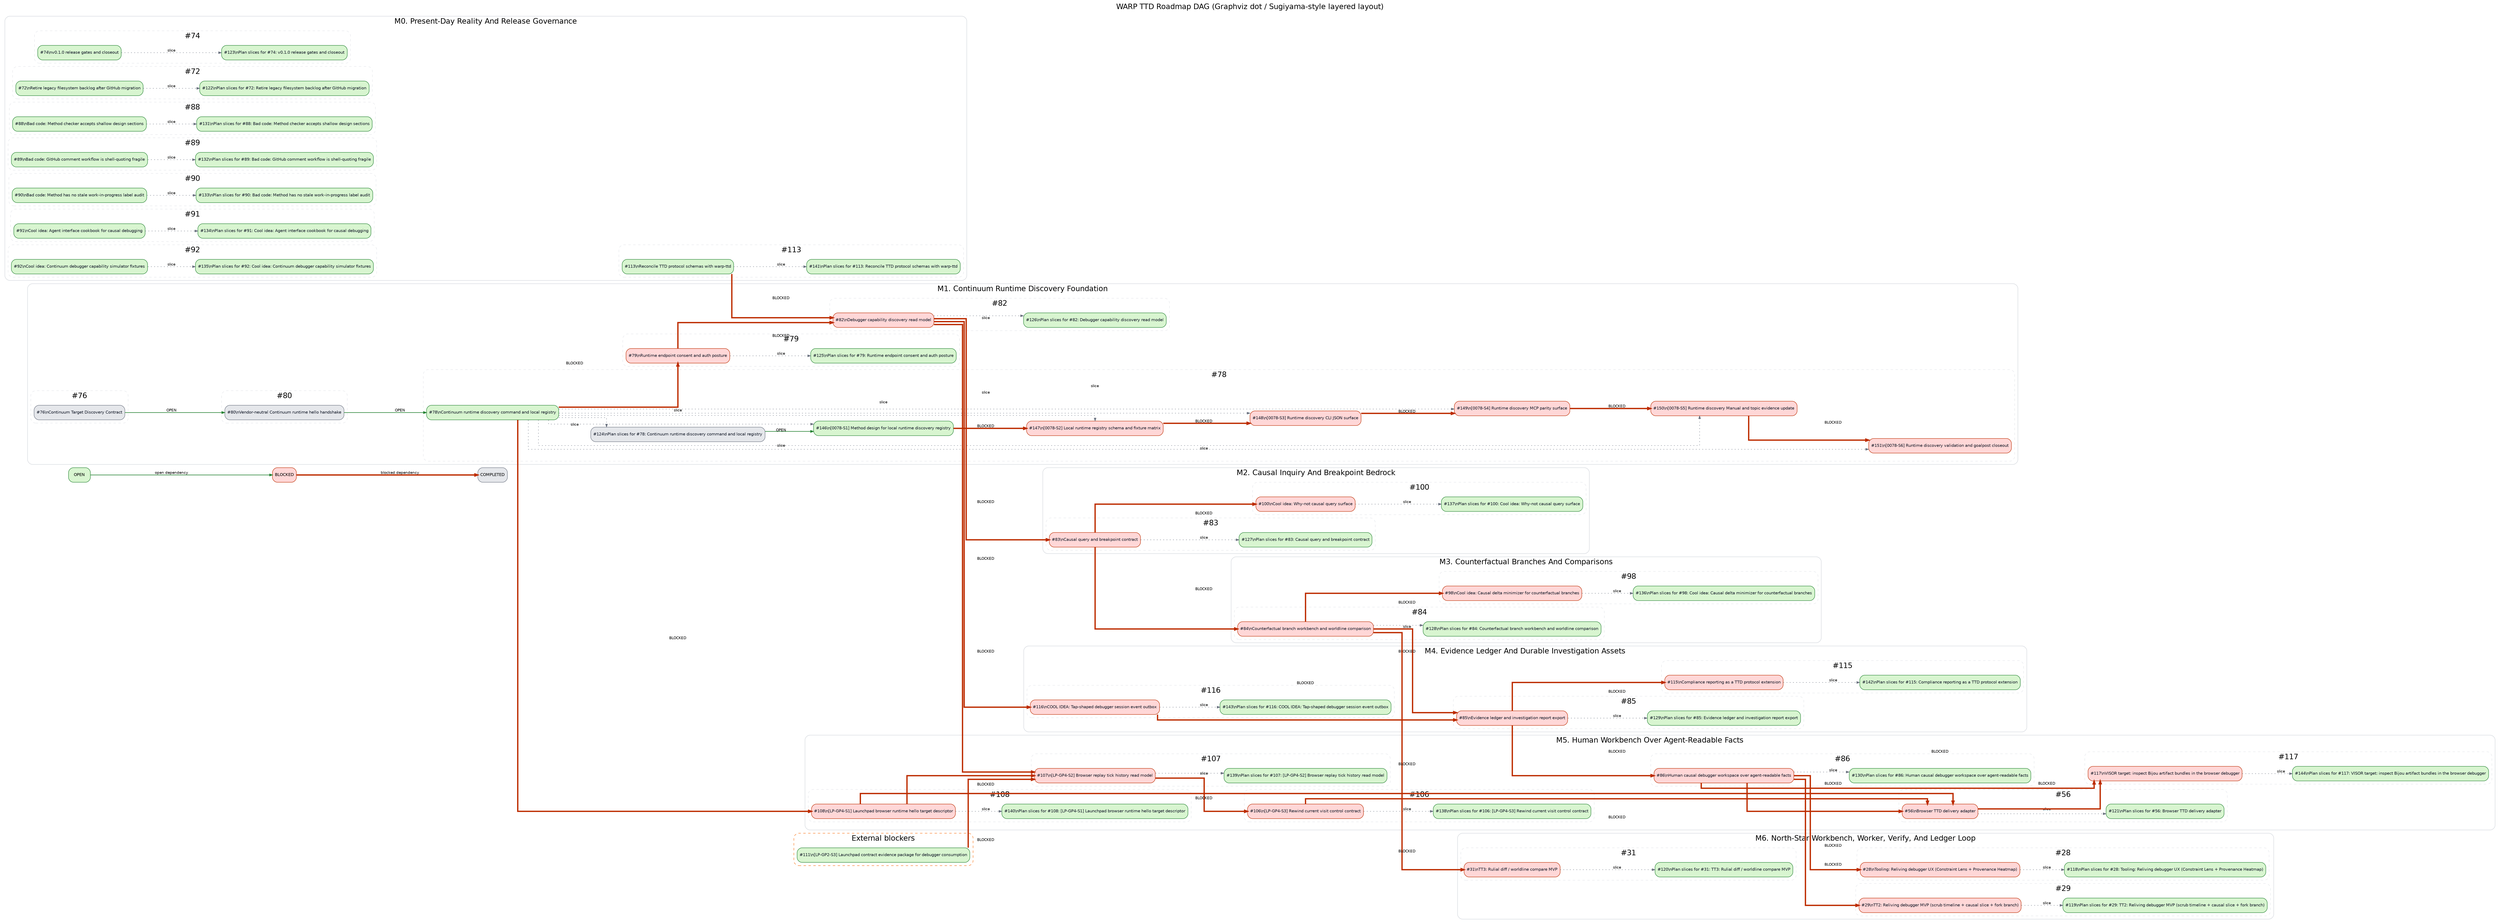
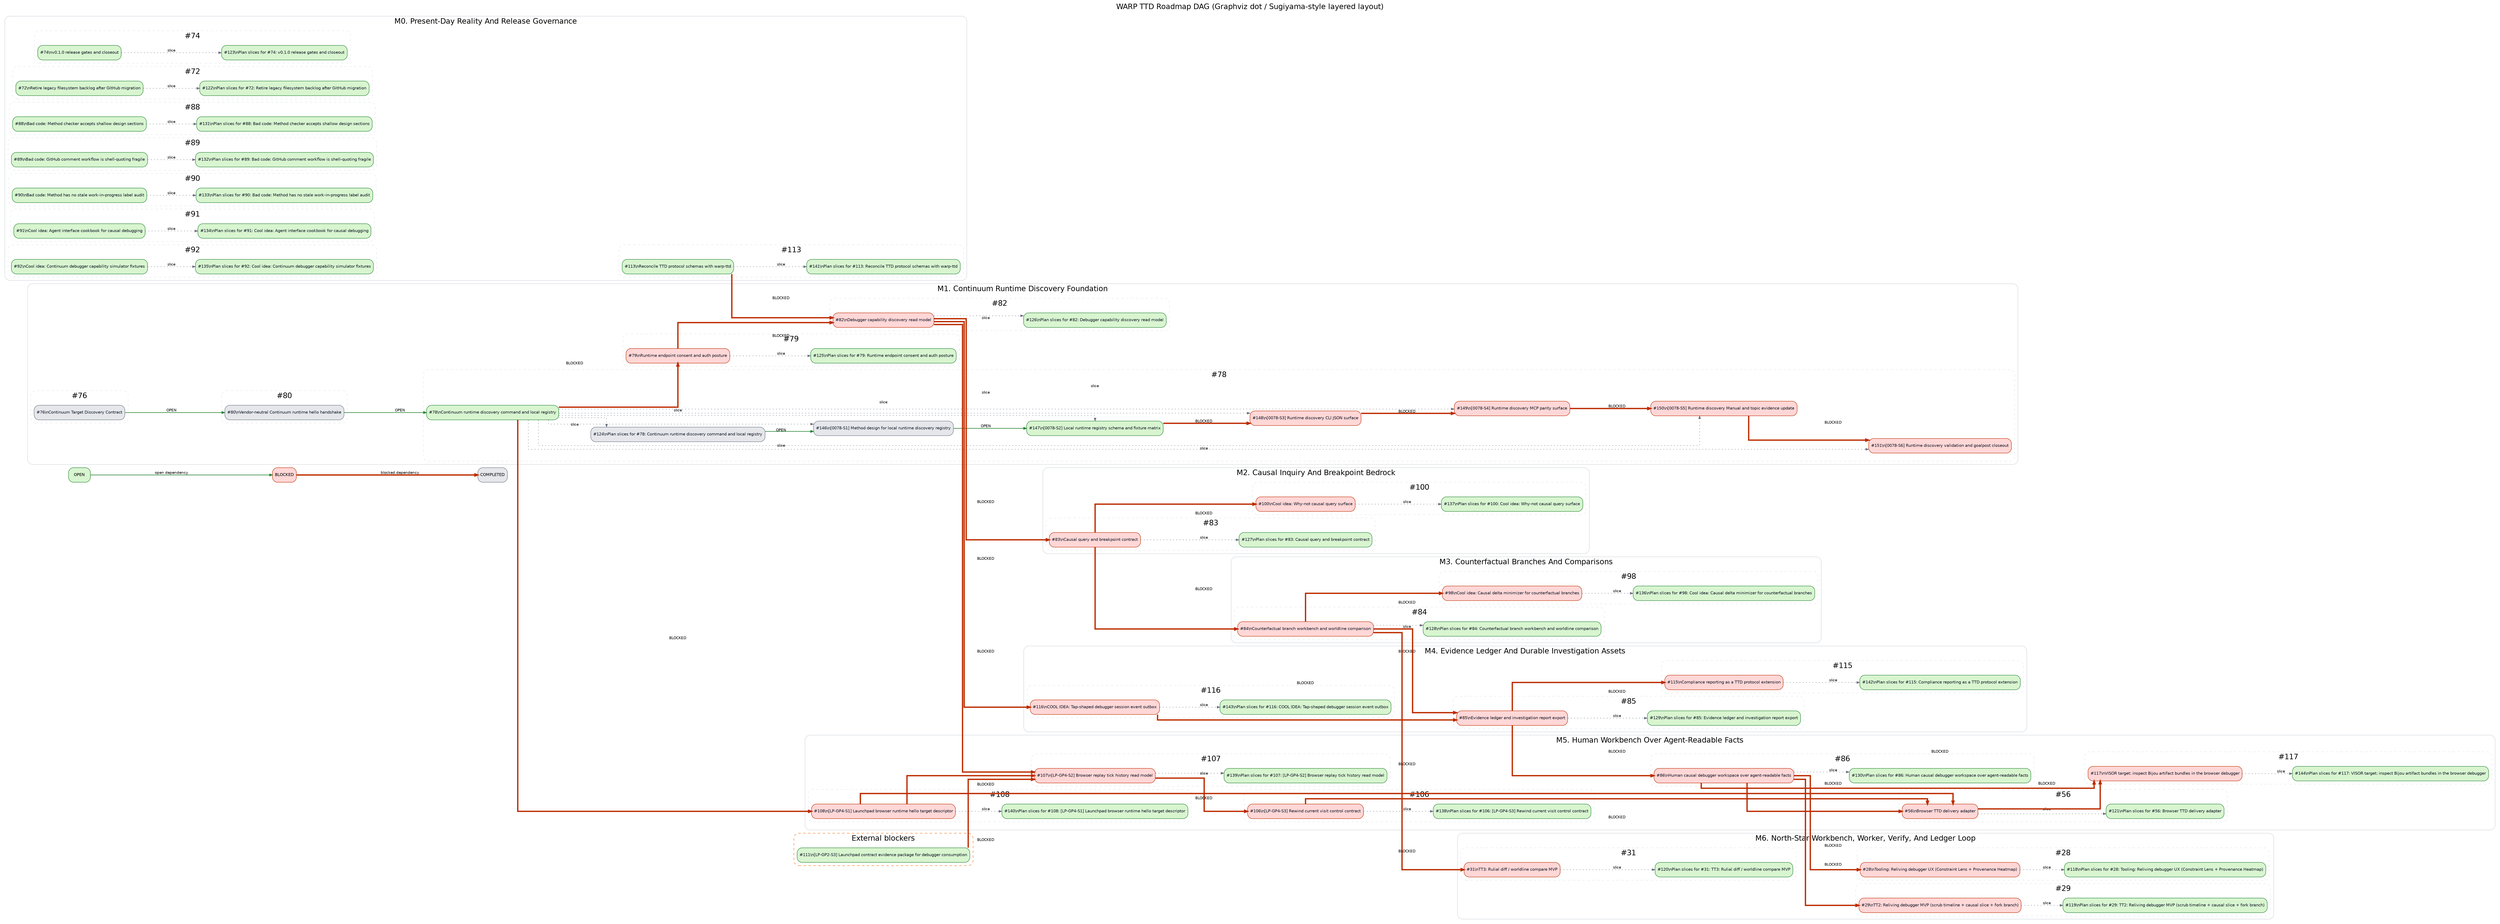
digraph RoadmapDAG {
  graph [layout=dot, rankdir=LR, compound=true, newrank=true, overlap=false, splines=ortho, bgcolor="white", fontname="Helvetica", label="WARP TTD Roadmap DAG (Graphviz dot / Sugiyama-style layered layout)", labelloc=t, fontsize=18];
  node [shape=box, style="rounded,filled", fontname="Helvetica", fontsize=10, margin="0.08,0.05"];
  edge [fontname="Helvetica", fontsize=9, arrowsize=0.7, color="#248232", penwidth=1.4];
  legend_open [label="OPEN", fillcolor="#d8f5d0", color="#248232"];
  legend_blocked [label="BLOCKED", fillcolor="#ffd7d7", color="#bd2c00"];
  legend_done [label="COMPLETED", fillcolor="#e5e7eb", color="#6b7280"];
  legend_open -> legend_blocked [label="open dependency", color="#248232", penwidth=1.4];
  legend_blocked -> legend_done [label="blocked dependency", color="#bd2c00", penwidth=3.2];
  subgraph cluster_M0 {
    label="M0. Present-Day Reality And Release Governance";
    color="#d1d5db";
    style="rounded";
    subgraph cluster_goalpost_74 {
      label="#74";
      color="#e5e7eb";
      style="rounded,dashed";
      issue_74 [label="#74\\nv0.1.0 release gates and closeout", fillcolor="#d8f5d0", color="#248232", fontcolor="#111827", URL="https://github.com/flyingrobots/warp-ttd/issues/74"];
      issue_123 [label="#123\\nPlan slices for #74: v0.1.0 release gates and closeout", fillcolor="#d8f5d0", color="#248232", fontcolor="#111827", URL="https://github.com/flyingrobots/warp-ttd/issues/123"];
      issue_74 -> issue_123 [style=dotted, color="#6b7280", penwidth=1.0, label="slice"];
    }
    subgraph cluster_goalpost_72 {
      label="#72";
      color="#e5e7eb";
      style="rounded,dashed";
      issue_72 [label="#72\\nRetire legacy filesystem backlog after GitHub migration", fillcolor="#d8f5d0", color="#248232", fontcolor="#111827", URL="https://github.com/flyingrobots/warp-ttd/issues/72"];
      issue_122 [label="#122\\nPlan slices for #72: Retire legacy filesystem backlog after GitHub migration", fillcolor="#d8f5d0", color="#248232", fontcolor="#111827", URL="https://github.com/flyingrobots/warp-ttd/issues/122"];
      issue_72 -> issue_122 [style=dotted, color="#6b7280", penwidth=1.0, label="slice"];
    }
    subgraph cluster_goalpost_88 {
      label="#88";
      color="#e5e7eb";
      style="rounded,dashed";
      issue_88 [label="#88\\nBad code: Method checker accepts shallow design sections", fillcolor="#d8f5d0", color="#248232", fontcolor="#111827", URL="https://github.com/flyingrobots/warp-ttd/issues/88"];
      issue_131 [label="#131\\nPlan slices for #88: Bad code: Method checker accepts shallow design sections", fillcolor="#d8f5d0", color="#248232", fontcolor="#111827", URL="https://github.com/flyingrobots/warp-ttd/issues/131"];
      issue_88 -> issue_131 [style=dotted, color="#6b7280", penwidth=1.0, label="slice"];
    }
    subgraph cluster_goalpost_89 {
      label="#89";
      color="#e5e7eb";
      style="rounded,dashed";
      issue_89 [label="#89\\nBad code: GitHub comment workflow is shell-quoting fragile", fillcolor="#d8f5d0", color="#248232", fontcolor="#111827", URL="https://github.com/flyingrobots/warp-ttd/issues/89"];
      issue_132 [label="#132\\nPlan slices for #89: Bad code: GitHub comment workflow is shell-quoting fragile", fillcolor="#d8f5d0", color="#248232", fontcolor="#111827", URL="https://github.com/flyingrobots/warp-ttd/issues/132"];
      issue_89 -> issue_132 [style=dotted, color="#6b7280", penwidth=1.0, label="slice"];
    }
    subgraph cluster_goalpost_90 {
      label="#90";
      color="#e5e7eb";
      style="rounded,dashed";
      issue_90 [label="#90\\nBad code: Method has no stale work-in-progress label audit", fillcolor="#d8f5d0", color="#248232", fontcolor="#111827", URL="https://github.com/flyingrobots/warp-ttd/issues/90"];
      issue_133 [label="#133\\nPlan slices for #90: Bad code: Method has no stale work-in-progress label audit", fillcolor="#d8f5d0", color="#248232", fontcolor="#111827", URL="https://github.com/flyingrobots/warp-ttd/issues/133"];
      issue_90 -> issue_133 [style=dotted, color="#6b7280", penwidth=1.0, label="slice"];
    }
    subgraph cluster_goalpost_91 {
      label="#91";
      color="#e5e7eb";
      style="rounded,dashed";
      issue_91 [label="#91\\nCool idea: Agent interface cookbook for causal debugging", fillcolor="#d8f5d0", color="#248232", fontcolor="#111827", URL="https://github.com/flyingrobots/warp-ttd/issues/91"];
      issue_134 [label="#134\\nPlan slices for #91: Cool idea: Agent interface cookbook for causal debugging", fillcolor="#d8f5d0", color="#248232", fontcolor="#111827", URL="https://github.com/flyingrobots/warp-ttd/issues/134"];
      issue_91 -> issue_134 [style=dotted, color="#6b7280", penwidth=1.0, label="slice"];
    }
    subgraph cluster_goalpost_92 {
      label="#92";
      color="#e5e7eb";
      style="rounded,dashed";
      issue_92 [label="#92\\nCool idea: Continuum debugger capability simulator fixtures", fillcolor="#d8f5d0", color="#248232", fontcolor="#111827", URL="https://github.com/flyingrobots/warp-ttd/issues/92"];
      issue_135 [label="#135\\nPlan slices for #92: Cool idea: Continuum debugger capability simulator fixtures", fillcolor="#d8f5d0", color="#248232", fontcolor="#111827", URL="https://github.com/flyingrobots/warp-ttd/issues/135"];
      issue_92 -> issue_135 [style=dotted, color="#6b7280", penwidth=1.0, label="slice"];
    }
    subgraph cluster_goalpost_113 {
      label="#113";
      color="#e5e7eb";
      style="rounded,dashed";
      issue_113 [label="#113\\nReconcile TTD protocol schemas with warp-ttd", fillcolor="#d8f5d0", color="#248232", fontcolor="#111827", URL="https://github.com/flyingrobots/warp-ttd/issues/113"];
      issue_141 [label="#141\\nPlan slices for #113: Reconcile TTD protocol schemas with warp-ttd", fillcolor="#d8f5d0", color="#248232", fontcolor="#111827", URL="https://github.com/flyingrobots/warp-ttd/issues/141"];
      issue_113 -> issue_141 [style=dotted, color="#6b7280", penwidth=1.0, label="slice"];
    }
  }
  subgraph cluster_M1 {
    label="M1. Continuum Runtime Discovery Foundation";
    color="#d1d5db";
    style="rounded";
    subgraph cluster_goalpost_76 {
      label="#76";
      color="#e5e7eb";
      style="rounded,dashed";
      issue_76 [label="#76\\nContinuum Target Discovery Contract", fillcolor="#e5e7eb", color="#6b7280", fontcolor="#111827", URL="https://github.com/flyingrobots/warp-ttd/issues/76"];
    }
    subgraph cluster_goalpost_80 {
      label="#80";
      color="#e5e7eb";
      style="rounded,dashed";
      issue_80 [label="#80\\nVendor-neutral Continuum runtime hello handshake", fillcolor="#e5e7eb", color="#6b7280", fontcolor="#111827", URL="https://github.com/flyingrobots/warp-ttd/issues/80"];
    }
    subgraph cluster_goalpost_78 {
      label="#78";
      color="#e5e7eb";
      style="rounded,dashed";
      issue_78 [label="#78\\nContinuum runtime discovery command and local registry", fillcolor="#d8f5d0", color="#248232", fontcolor="#111827", URL="https://github.com/flyingrobots/warp-ttd/issues/78"];
      issue_124 [label="#124\\nPlan slices for #78: Continuum runtime discovery command and local registry", fillcolor="#e5e7eb", color="#6b7280", fontcolor="#111827", URL="https://github.com/flyingrobots/warp-ttd/issues/124"];
      issue_78 -> issue_124 [style=dotted, color="#6b7280", penwidth=1.0, label="slice"];
-       issue_146 [label="#146\\n[0078-S1] Method design for local runtime discovery registry", fillcolor="#d8f5d0", color="#248232", fontcolor="#111827", URL="https://github.com/flyingrobots/warp-ttd/issues/146"];
+       issue_146 [label="#146\\n[0078-S1] Method design for local runtime discovery registry", fillcolor="#e5e7eb", color="#6b7280", fontcolor="#111827", URL="https://github.com/flyingrobots/warp-ttd/issues/146"];
      issue_78 -> issue_146 [style=dotted, color="#6b7280", penwidth=1.0, label="slice"];
-       issue_147 [label="#147\\n[0078-S2] Local runtime registry schema and fixture matrix", fillcolor="#ffd7d7", color="#bd2c00", fontcolor="#111827", URL="https://github.com/flyingrobots/warp-ttd/issues/147"];
+       issue_147 [label="#147\\n[0078-S2] Local runtime registry schema and fixture matrix", fillcolor="#d8f5d0", color="#248232", fontcolor="#111827", URL="https://github.com/flyingrobots/warp-ttd/issues/147"];
      issue_78 -> issue_147 [style=dotted, color="#6b7280", penwidth=1.0, label="slice"];
      issue_148 [label="#148\\n[0078-S3] Runtime discovery CLI JSON surface", fillcolor="#ffd7d7", color="#bd2c00", fontcolor="#111827", URL="https://github.com/flyingrobots/warp-ttd/issues/148"];
      issue_78 -> issue_148 [style=dotted, color="#6b7280", penwidth=1.0, label="slice"];
      issue_149 [label="#149\\n[0078-S4] Runtime discovery MCP parity surface", fillcolor="#ffd7d7", color="#bd2c00", fontcolor="#111827", URL="https://github.com/flyingrobots/warp-ttd/issues/149"];
      issue_78 -> issue_149 [style=dotted, color="#6b7280", penwidth=1.0, label="slice"];
      issue_150 [label="#150\\n[0078-S5] Runtime discovery Manual and topic evidence update", fillcolor="#ffd7d7", color="#bd2c00", fontcolor="#111827", URL="https://github.com/flyingrobots/warp-ttd/issues/150"];
      issue_78 -> issue_150 [style=dotted, color="#6b7280", penwidth=1.0, label="slice"];
      issue_151 [label="#151\\n[0078-S6] Runtime discovery validation and goalpost closeout", fillcolor="#ffd7d7", color="#bd2c00", fontcolor="#111827", URL="https://github.com/flyingrobots/warp-ttd/issues/151"];
      issue_78 -> issue_151 [style=dotted, color="#6b7280", penwidth=1.0, label="slice"];
    }
    subgraph cluster_goalpost_79 {
      label="#79";
      color="#e5e7eb";
      style="rounded,dashed";
      issue_79 [label="#79\\nRuntime endpoint consent and auth posture", fillcolor="#ffd7d7", color="#bd2c00", fontcolor="#111827", URL="https://github.com/flyingrobots/warp-ttd/issues/79"];
      issue_125 [label="#125\\nPlan slices for #79: Runtime endpoint consent and auth posture", fillcolor="#d8f5d0", color="#248232", fontcolor="#111827", URL="https://github.com/flyingrobots/warp-ttd/issues/125"];
      issue_79 -> issue_125 [style=dotted, color="#6b7280", penwidth=1.0, label="slice"];
    }
    subgraph cluster_goalpost_82 {
      label="#82";
      color="#e5e7eb";
      style="rounded,dashed";
      issue_82 [label="#82\\nDebugger capability discovery read model", fillcolor="#ffd7d7", color="#bd2c00", fontcolor="#111827", URL="https://github.com/flyingrobots/warp-ttd/issues/82"];
      issue_126 [label="#126\\nPlan slices for #82: Debugger capability discovery read model", fillcolor="#d8f5d0", color="#248232", fontcolor="#111827", URL="https://github.com/flyingrobots/warp-ttd/issues/126"];
      issue_82 -> issue_126 [style=dotted, color="#6b7280", penwidth=1.0, label="slice"];
    }
  }
  subgraph cluster_M2 {
    label="M2. Causal Inquiry And Breakpoint Bedrock";
    color="#d1d5db";
    style="rounded";
    subgraph cluster_goalpost_83 {
      label="#83";
      color="#e5e7eb";
      style="rounded,dashed";
      issue_83 [label="#83\\nCausal query and breakpoint contract", fillcolor="#ffd7d7", color="#bd2c00", fontcolor="#111827", URL="https://github.com/flyingrobots/warp-ttd/issues/83"];
      issue_127 [label="#127\\nPlan slices for #83: Causal query and breakpoint contract", fillcolor="#d8f5d0", color="#248232", fontcolor="#111827", URL="https://github.com/flyingrobots/warp-ttd/issues/127"];
      issue_83 -> issue_127 [style=dotted, color="#6b7280", penwidth=1.0, label="slice"];
    }
    subgraph cluster_goalpost_100 {
      label="#100";
      color="#e5e7eb";
      style="rounded,dashed";
      issue_100 [label="#100\\nCool idea: Why-not causal query surface", fillcolor="#ffd7d7", color="#bd2c00", fontcolor="#111827", URL="https://github.com/flyingrobots/warp-ttd/issues/100"];
      issue_137 [label="#137\\nPlan slices for #100: Cool idea: Why-not causal query surface", fillcolor="#d8f5d0", color="#248232", fontcolor="#111827", URL="https://github.com/flyingrobots/warp-ttd/issues/137"];
      issue_100 -> issue_137 [style=dotted, color="#6b7280", penwidth=1.0, label="slice"];
    }
  }
  subgraph cluster_M3 {
    label="M3. Counterfactual Branches And Comparisons";
    color="#d1d5db";
    style="rounded";
    subgraph cluster_goalpost_84 {
      label="#84";
      color="#e5e7eb";
      style="rounded,dashed";
      issue_84 [label="#84\\nCounterfactual branch workbench and worldline comparison", fillcolor="#ffd7d7", color="#bd2c00", fontcolor="#111827", URL="https://github.com/flyingrobots/warp-ttd/issues/84"];
      issue_128 [label="#128\\nPlan slices for #84: Counterfactual branch workbench and worldline comparison", fillcolor="#d8f5d0", color="#248232", fontcolor="#111827", URL="https://github.com/flyingrobots/warp-ttd/issues/128"];
      issue_84 -> issue_128 [style=dotted, color="#6b7280", penwidth=1.0, label="slice"];
    }
    subgraph cluster_goalpost_98 {
      label="#98";
      color="#e5e7eb";
      style="rounded,dashed";
      issue_98 [label="#98\\nCool idea: Causal delta minimizer for counterfactual branches", fillcolor="#ffd7d7", color="#bd2c00", fontcolor="#111827", URL="https://github.com/flyingrobots/warp-ttd/issues/98"];
      issue_136 [label="#136\\nPlan slices for #98: Cool idea: Causal delta minimizer for counterfactual branches", fillcolor="#d8f5d0", color="#248232", fontcolor="#111827", URL="https://github.com/flyingrobots/warp-ttd/issues/136"];
      issue_98 -> issue_136 [style=dotted, color="#6b7280", penwidth=1.0, label="slice"];
    }
  }
  subgraph cluster_M4 {
    label="M4. Evidence Ledger And Durable Investigation Assets";
    color="#d1d5db";
    style="rounded";
    subgraph cluster_goalpost_116 {
      label="#116";
      color="#e5e7eb";
      style="rounded,dashed";
      issue_116 [label="#116\\nCOOL IDEA: Tap-shaped debugger session event outbox", fillcolor="#ffd7d7", color="#bd2c00", fontcolor="#111827", URL="https://github.com/flyingrobots/warp-ttd/issues/116"];
      issue_143 [label="#143\\nPlan slices for #116: COOL IDEA: Tap-shaped debugger session event outbox", fillcolor="#d8f5d0", color="#248232", fontcolor="#111827", URL="https://github.com/flyingrobots/warp-ttd/issues/143"];
      issue_116 -> issue_143 [style=dotted, color="#6b7280", penwidth=1.0, label="slice"];
    }
    subgraph cluster_goalpost_85 {
      label="#85";
      color="#e5e7eb";
      style="rounded,dashed";
      issue_85 [label="#85\\nEvidence ledger and investigation report export", fillcolor="#ffd7d7", color="#bd2c00", fontcolor="#111827", URL="https://github.com/flyingrobots/warp-ttd/issues/85"];
      issue_129 [label="#129\\nPlan slices for #85: Evidence ledger and investigation report export", fillcolor="#d8f5d0", color="#248232", fontcolor="#111827", URL="https://github.com/flyingrobots/warp-ttd/issues/129"];
      issue_85 -> issue_129 [style=dotted, color="#6b7280", penwidth=1.0, label="slice"];
    }
    subgraph cluster_goalpost_115 {
      label="#115";
      color="#e5e7eb";
      style="rounded,dashed";
      issue_115 [label="#115\\nCompliance reporting as a TTD protocol extension", fillcolor="#ffd7d7", color="#bd2c00", fontcolor="#111827", URL="https://github.com/flyingrobots/warp-ttd/issues/115"];
      issue_142 [label="#142\\nPlan slices for #115: Compliance reporting as a TTD protocol extension", fillcolor="#d8f5d0", color="#248232", fontcolor="#111827", URL="https://github.com/flyingrobots/warp-ttd/issues/142"];
      issue_115 -> issue_142 [style=dotted, color="#6b7280", penwidth=1.0, label="slice"];
    }
  }
  subgraph cluster_M5 {
    label="M5. Human Workbench Over Agent-Readable Facts";
    color="#d1d5db";
    style="rounded";
    subgraph cluster_goalpost_86 {
      label="#86";
      color="#e5e7eb";
      style="rounded,dashed";
      issue_86 [label="#86\\nHuman causal debugger workspace over agent-readable facts", fillcolor="#ffd7d7", color="#bd2c00", fontcolor="#111827", URL="https://github.com/flyingrobots/warp-ttd/issues/86"];
      issue_130 [label="#130\\nPlan slices for #86: Human causal debugger workspace over agent-readable facts", fillcolor="#d8f5d0", color="#248232", fontcolor="#111827", URL="https://github.com/flyingrobots/warp-ttd/issues/130"];
      issue_86 -> issue_130 [style=dotted, color="#6b7280", penwidth=1.0, label="slice"];
    }
    subgraph cluster_goalpost_108 {
      label="#108";
      color="#e5e7eb";
      style="rounded,dashed";
      issue_108 [label="#108\\n[LP-GP4-S1] Launchpad browser runtime hello target descriptor", fillcolor="#ffd7d7", color="#bd2c00", fontcolor="#111827", URL="https://github.com/flyingrobots/warp-ttd/issues/108"];
      issue_140 [label="#140\\nPlan slices for #108: [LP-GP4-S1] Launchpad browser runtime hello target descriptor", fillcolor="#d8f5d0", color="#248232", fontcolor="#111827", URL="https://github.com/flyingrobots/warp-ttd/issues/140"];
      issue_108 -> issue_140 [style=dotted, color="#6b7280", penwidth=1.0, label="slice"];
    }
    subgraph cluster_goalpost_107 {
      label="#107";
      color="#e5e7eb";
      style="rounded,dashed";
      issue_107 [label="#107\\n[LP-GP4-S2] Browser replay tick history read model", fillcolor="#ffd7d7", color="#bd2c00", fontcolor="#111827", URL="https://github.com/flyingrobots/warp-ttd/issues/107"];
      issue_139 [label="#139\\nPlan slices for #107: [LP-GP4-S2] Browser replay tick history read model", fillcolor="#d8f5d0", color="#248232", fontcolor="#111827", URL="https://github.com/flyingrobots/warp-ttd/issues/139"];
      issue_107 -> issue_139 [style=dotted, color="#6b7280", penwidth=1.0, label="slice"];
    }
    subgraph cluster_goalpost_106 {
      label="#106";
      color="#e5e7eb";
      style="rounded,dashed";
      issue_106 [label="#106\\n[LP-GP4-S3] Rewind current visit control contract", fillcolor="#ffd7d7", color="#bd2c00", fontcolor="#111827", URL="https://github.com/flyingrobots/warp-ttd/issues/106"];
      issue_138 [label="#138\\nPlan slices for #106: [LP-GP4-S3] Rewind current visit control contract", fillcolor="#d8f5d0", color="#248232", fontcolor="#111827", URL="https://github.com/flyingrobots/warp-ttd/issues/138"];
      issue_106 -> issue_138 [style=dotted, color="#6b7280", penwidth=1.0, label="slice"];
    }
    subgraph cluster_goalpost_56 {
      label="#56";
      color="#e5e7eb";
      style="rounded,dashed";
      issue_56 [label="#56\\nBrowser TTD delivery adapter", fillcolor="#ffd7d7", color="#bd2c00", fontcolor="#111827", URL="https://github.com/flyingrobots/warp-ttd/issues/56"];
      issue_121 [label="#121\\nPlan slices for #56: Browser TTD delivery adapter", fillcolor="#d8f5d0", color="#248232", fontcolor="#111827", URL="https://github.com/flyingrobots/warp-ttd/issues/121"];
      issue_56 -> issue_121 [style=dotted, color="#6b7280", penwidth=1.0, label="slice"];
    }
    subgraph cluster_goalpost_117 {
      label="#117";
      color="#e5e7eb";
      style="rounded,dashed";
      issue_117 [label="#117\\nVISOR target: inspect Bijou artifact bundles in the browser debugger", fillcolor="#ffd7d7", color="#bd2c00", fontcolor="#111827", URL="https://github.com/flyingrobots/warp-ttd/issues/117"];
      issue_144 [label="#144\\nPlan slices for #117: VISOR target: inspect Bijou artifact bundles in the browser debugger", fillcolor="#d8f5d0", color="#248232", fontcolor="#111827", URL="https://github.com/flyingrobots/warp-ttd/issues/144"];
      issue_117 -> issue_144 [style=dotted, color="#6b7280", penwidth=1.0, label="slice"];
    }
  }
  subgraph cluster_M6 {
    label="M6. North-Star Workbench, Worker, Verify, And Ledger Loop";
    color="#d1d5db";
    style="rounded";
    subgraph cluster_goalpost_28 {
      label="#28";
      color="#e5e7eb";
      style="rounded,dashed";
      issue_28 [label="#28\\nTooling: Reliving debugger UX (Constraint Lens + Provenance Heatmap)", fillcolor="#ffd7d7", color="#bd2c00", fontcolor="#111827", URL="https://github.com/flyingrobots/warp-ttd/issues/28"];
      issue_118 [label="#118\\nPlan slices for #28: Tooling: Reliving debugger UX (Constraint Lens + Provenance Heatmap)", fillcolor="#d8f5d0", color="#248232", fontcolor="#111827", URL="https://github.com/flyingrobots/warp-ttd/issues/118"];
      issue_28 -> issue_118 [style=dotted, color="#6b7280", penwidth=1.0, label="slice"];
    }
    subgraph cluster_goalpost_29 {
      label="#29";
      color="#e5e7eb";
      style="rounded,dashed";
      issue_29 [label="#29\\nTT2: Reliving debugger MVP (scrub timeline + causal slice + fork branch)", fillcolor="#ffd7d7", color="#bd2c00", fontcolor="#111827", URL="https://github.com/flyingrobots/warp-ttd/issues/29"];
      issue_119 [label="#119\\nPlan slices for #29: TT2: Reliving debugger MVP (scrub timeline + causal slice + fork branch)", fillcolor="#d8f5d0", color="#248232", fontcolor="#111827", URL="https://github.com/flyingrobots/warp-ttd/issues/119"];
      issue_29 -> issue_119 [style=dotted, color="#6b7280", penwidth=1.0, label="slice"];
    }
    subgraph cluster_goalpost_31 {
      label="#31";
      color="#e5e7eb";
      style="rounded,dashed";
      issue_31 [label="#31\\nTT3: Rulial diff / worldline compare MVP", fillcolor="#ffd7d7", color="#bd2c00", fontcolor="#111827", URL="https://github.com/flyingrobots/warp-ttd/issues/31"];
      issue_120 [label="#120\\nPlan slices for #31: TT3: Rulial diff / worldline compare MVP", fillcolor="#d8f5d0", color="#248232", fontcolor="#111827", URL="https://github.com/flyingrobots/warp-ttd/issues/120"];
      issue_31 -> issue_120 [style=dotted, color="#6b7280", penwidth=1.0, label="slice"];
    }
  }
  subgraph cluster_external {
    label="External blockers";
    color="#f97316";
    style="rounded,dashed";
    issue_111 [label="#111\\n[LP-GP2-S3] Launchpad contract evidence package for debugger consumption", fillcolor="#d8f5d0", color="#248232", fontcolor="#111827", URL="https://github.com/flyingrobots/warp-ttd/issues/111"];
  }
  issue_76 -> issue_80 [label="OPEN", color="#248232", penwidth=1.4, style=solid];
  issue_80 -> issue_78 [label="OPEN", color="#248232", penwidth=1.4, style=solid];
  issue_124 -> issue_146 [label="OPEN", color="#248232", penwidth=1.4, style=solid];
-   issue_146 -> issue_147 [label="BLOCKED", color="#bd2c00", penwidth=3.2, style=solid];
+   issue_146 -> issue_147 [label="OPEN", color="#248232", penwidth=1.4, style=solid];
  issue_147 -> issue_148 [label="BLOCKED", color="#bd2c00", penwidth=3.2, style=solid];
  issue_148 -> issue_149 [label="BLOCKED", color="#bd2c00", penwidth=3.2, style=solid];
  issue_149 -> issue_150 [label="BLOCKED", color="#bd2c00", penwidth=3.2, style=solid];
  issue_150 -> issue_151 [label="BLOCKED", color="#bd2c00", penwidth=3.2, style=solid];
  issue_78 -> issue_79 [label="BLOCKED", color="#bd2c00", penwidth=3.2, style=solid];
  issue_113 -> issue_82 [label="BLOCKED", color="#bd2c00", penwidth=3.2, style=solid];
  issue_79 -> issue_82 [label="BLOCKED", color="#bd2c00", penwidth=3.2, style=solid];
  issue_82 -> issue_83 [label="BLOCKED", color="#bd2c00", penwidth=3.2, style=solid];
  issue_83 -> issue_100 [label="BLOCKED", color="#bd2c00", penwidth=3.2, style=solid];
  issue_83 -> issue_84 [label="BLOCKED", color="#bd2c00", penwidth=3.2, style=solid];
  issue_84 -> issue_98 [label="BLOCKED", color="#bd2c00", penwidth=3.2, style=solid];
  issue_82 -> issue_116 [label="BLOCKED", color="#bd2c00", penwidth=3.2, style=solid];
  issue_116 -> issue_85 [label="BLOCKED", color="#bd2c00", penwidth=3.2, style=solid];
  issue_84 -> issue_85 [label="BLOCKED", color="#bd2c00", penwidth=3.2, style=solid];
  issue_85 -> issue_115 [label="BLOCKED", color="#bd2c00", penwidth=3.2, style=solid];
  issue_85 -> issue_86 [label="BLOCKED", color="#bd2c00", penwidth=3.2, style=solid];
  issue_78 -> issue_108 [label="BLOCKED", color="#bd2c00", penwidth=3.2, style=solid];
  issue_82 -> issue_107 [label="BLOCKED", color="#bd2c00", penwidth=3.2, style=solid];
  issue_108 -> issue_107 [label="BLOCKED", color="#bd2c00", penwidth=3.2, style=solid];
  issue_111 -> issue_107 [label="BLOCKED", color="#bd2c00", penwidth=3.2, style=solid];
  issue_107 -> issue_106 [label="BLOCKED", color="#bd2c00", penwidth=3.2, style=solid];
  issue_86 -> issue_56 [label="BLOCKED", color="#bd2c00", penwidth=3.2, style=solid];
  issue_108 -> issue_56 [label="BLOCKED", color="#bd2c00", penwidth=3.2, style=solid];
  issue_106 -> issue_56 [label="BLOCKED", color="#bd2c00", penwidth=3.2, style=solid];
  issue_86 -> issue_117 [label="BLOCKED", color="#bd2c00", penwidth=3.2, style=solid];
  issue_56 -> issue_117 [label="BLOCKED", color="#bd2c00", penwidth=3.2, style=solid];
  issue_86 -> issue_28 [label="BLOCKED", color="#bd2c00", penwidth=3.2, style=solid];
  issue_86 -> issue_29 [label="BLOCKED", color="#bd2c00", penwidth=3.2, style=solid];
  issue_84 -> issue_31 [label="BLOCKED", color="#bd2c00", penwidth=3.2, style=solid];
}
